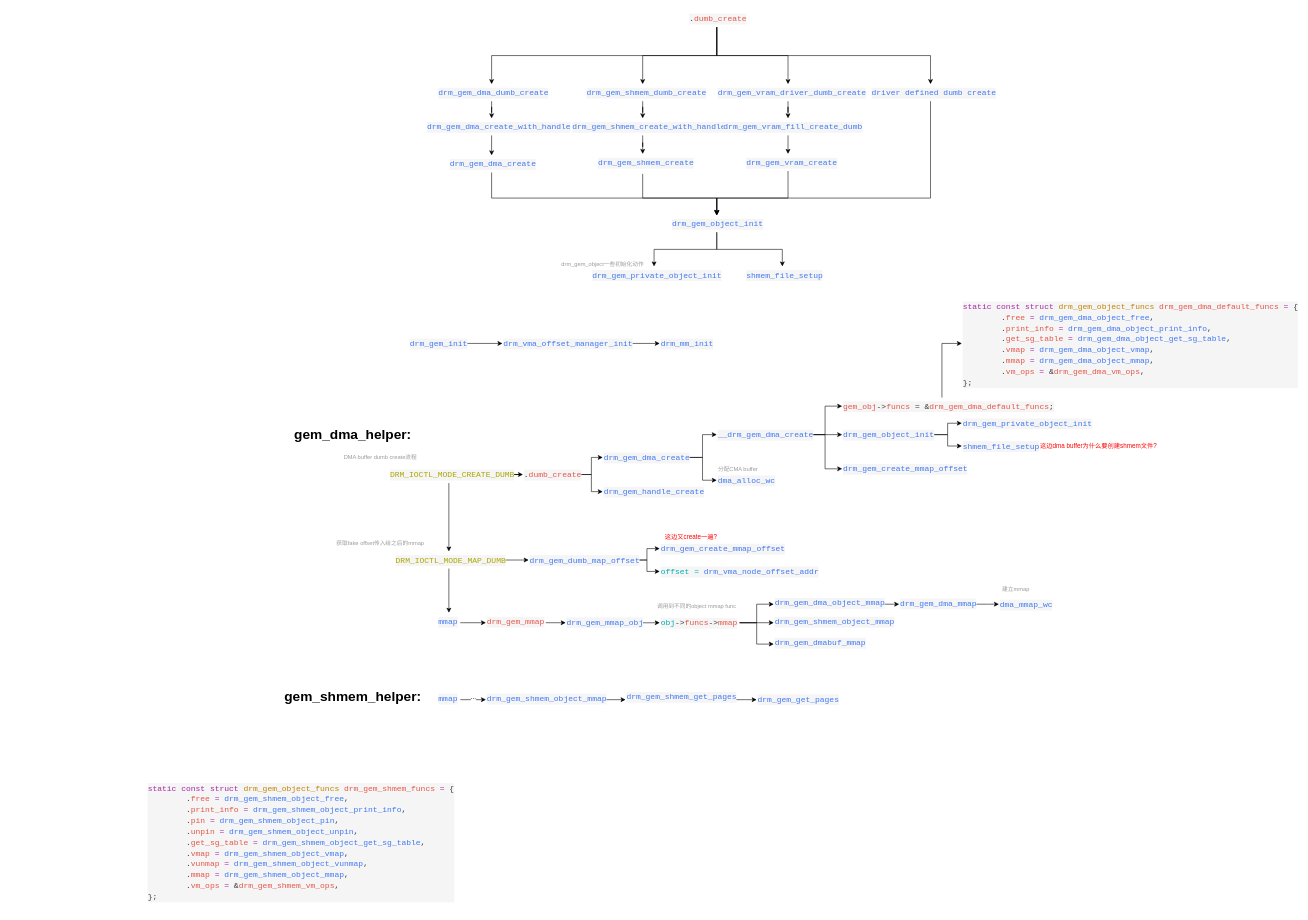
YC-Xiang/draw.io keeps this draw.io diagram as drm_mm.drawio. Above is the earlier version. Source tidied: cells renumbered, new cells numbered last; positions are measured from the earlier drawing's top-left corner, leaving out a move shared by most shapes. Both pictures are drawn from the tidied source at 57%, with x=0, y=0 at pixel (146, 10).
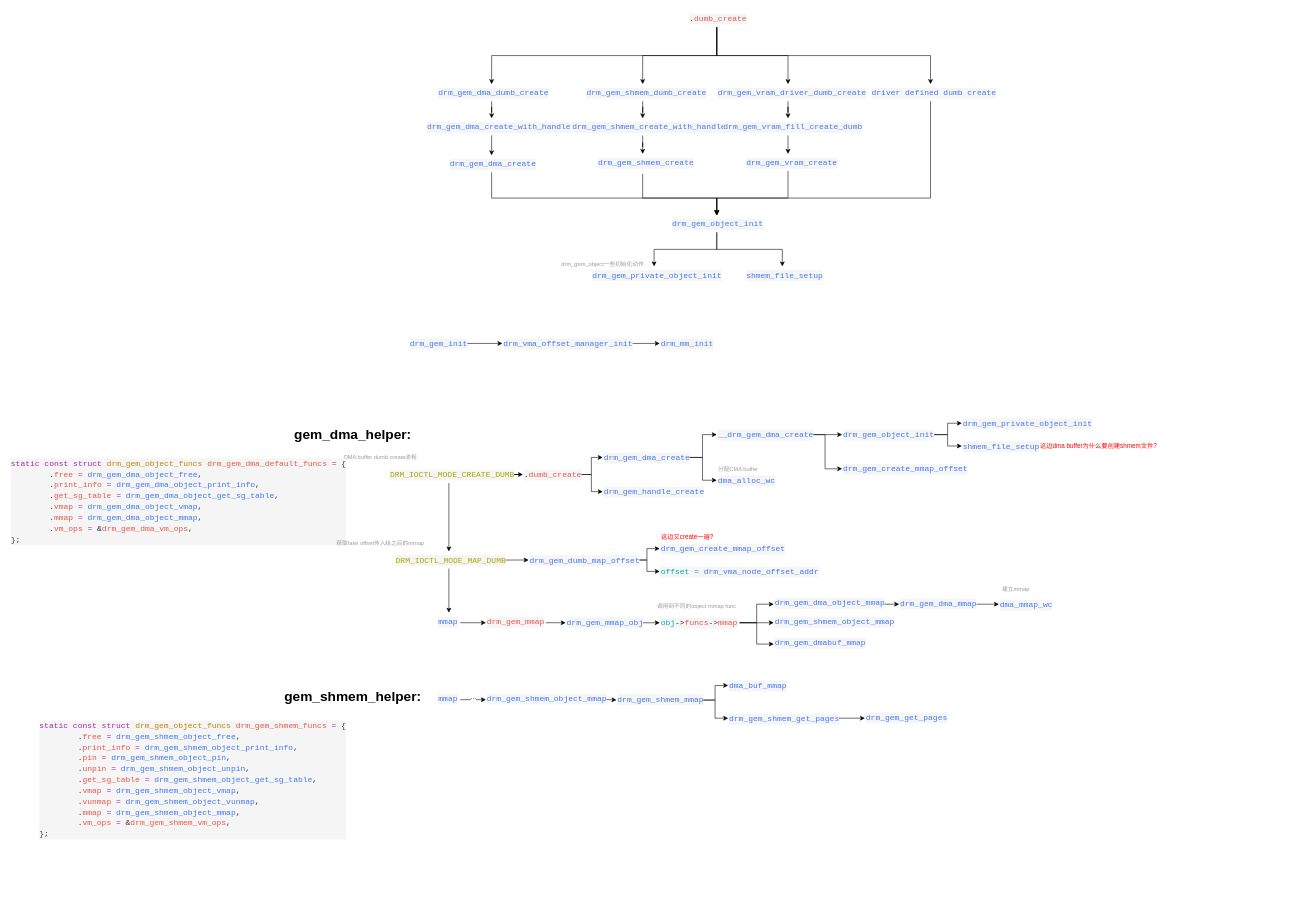
The same diagram, later.

Unchanged cells that the change refers to:
```xml
<mxCell id="39" value="&lt;div style=&quot;color: #383a42;background-color: #f5f5f5;font-family: Consolas, 'Courier New', monospace;font-weight: normal;font-size: 14px;line-height: 19px;white-space: pre;&quot;&gt;&lt;div&gt;&lt;span style=&quot;color: #4078f2;&quot;&gt;__drm_gem_dma_create&lt;/span&gt;&lt;/div&gt;&lt;/div&gt;" style="text;whiteSpace=wrap;html=1;" parent="1" vertex="1">
  <mxGeometry x="1000" y="730" width="160" height="30" as="geometry" />
</mxCell>
<mxCell id="98" value="&lt;div style=&quot;color: #383a42;background-color: #f5f5f5;font-family: Consolas, 'Courier New', monospace;font-weight: normal;font-size: 14px;line-height: 19px;white-space: pre;&quot;&gt;&lt;div&gt;&lt;span style=&quot;color: #4078f2;&quot;&gt;drm_gem_shmem_object_mmap&lt;/span&gt;&lt;/div&gt;&lt;/div&gt;" style="text;whiteSpace=wrap;html=1;" parent="1" vertex="1">
  <mxGeometry x="595" y="1192.5" width="200" height="35" as="geometry" />
</mxCell>
```

Change to the diagram source:
```diff
@@
-    <mxCell id="36" style="edgeStyle=orthogonalEdgeStyle;rounded=0;jettySize=auto;html=1;exitX=1;exitY=0.5;exitDx=0;exitDy=0;entryX=0;entryY=0.5;entryDx=0;entryDy=0;" parent="1" edge="1" source="39" target="44">
-      <mxGeometry relative="1" as="geometry" />
-    </mxCell>
@@
-    <mxCell id="43" style="edgeStyle=orthogonalEdgeStyle;rounded=0;jettySize=auto;html=1;exitX=0.5;exitY=0;exitDx=0;exitDy=0;entryX=0;entryY=0.5;entryDx=0;entryDy=0;" parent="1" edge="1" source="44" target="63">
-      <mxGeometry relative="1" as="geometry" />
-    </mxCell>
-    <mxCell id="44" value="&lt;div style=&quot;color: #383a42;background-color: #f5f5f5;font-family: Consolas, 'Courier New', monospace;font-weight: normal;font-size: 14px;line-height: 19px;white-space: pre;&quot;&gt;&lt;div&gt;&lt;span style=&quot;color: #e45649;&quot;&gt;gem_obj&lt;/span&gt;&lt;span style=&quot;color: #383a42;&quot;&gt;-&amp;gt;&lt;/span&gt;&lt;span style=&quot;color: #e45649;&quot;&gt;funcs&lt;/span&gt;&lt;span style=&quot;color: #383a42;&quot;&gt; &lt;/span&gt;&lt;span style=&quot;color: #383a42;&quot;&gt;=&lt;/span&gt;&lt;span style=&quot;color: #383a42;&quot;&gt; &lt;/span&gt;&lt;span style=&quot;color: #383a42;&quot;&gt;&amp;amp;&lt;/span&gt;&lt;span style=&quot;color: #e45649;&quot;&gt;drm_gem_dma_default_funcs&lt;/span&gt;&lt;span style=&quot;color: #383a42;&quot;&gt;;&lt;/span&gt;&lt;/div&gt;&lt;/div&gt;" style="text;whiteSpace=wrap;html=1;" parent="1" vertex="1">
-      <mxGeometry x="1220" y="680" width="350" height="30" as="geometry" />
-    </mxCell>
@@
     <mxCell id="63" value="&lt;div style=&quot;color: #383a42;background-color: #f5f5f5;font-family: Consolas, 'Courier New', monospace;font-weight: normal;font-size: 14px;line-height: 19px;white-space: pre;&quot;&gt;&lt;div&gt;&lt;span style=&quot;color: #a626a4;&quot;&gt;static&lt;/span&gt;&lt;span style=&quot;color: #383a42;&quot;&gt; &lt;/span&gt;&lt;span style=&quot;color: #a626a4;&quot;&gt;const&lt;/span&gt;&lt;span style=&quot;color: #383a42;&quot;&gt; &lt;/span&gt;&lt;span style=&quot;color: #a626a4;&quot;&gt;struct&lt;/span&gt;&lt;span style=&quot;color: #383a42;&quot;&gt; &lt;/span&gt;&lt;span style=&quot;color: #c18401;&quot;&gt;drm_gem_object_funcs&lt;/span&gt;&lt;span style=&quot;color: #383a42;&quot;&gt; &lt;/span&gt;&lt;span style=&quot;color: #e45649;&quot;&gt;drm_gem_dma_default_funcs&lt;/span&gt;&lt;span style=&quot;color: #383a42;&quot;&gt; &lt;/span&gt;&lt;span style=&quot;color: #a626a4;&quot;&gt;=&lt;/span&gt;&lt;span style=&quot;color: #383a42;&quot;&gt; {&lt;/span&gt;&lt;/div&gt;&lt;div&gt;&lt;span style=&quot;color: #383a42;&quot;&gt;&amp;nbsp; &amp;nbsp; &amp;nbsp; &amp;nbsp; .&lt;/span&gt;&lt;span style=&quot;color: #e45649;&quot;&gt;free&lt;/span&gt;&lt;span style=&quot;color: #383a42;&quot;&gt; &lt;/span&gt;&lt;span style=&quot;color: #a626a4;&quot;&gt;=&lt;/span&gt;&lt;span style=&quot;color: #383a42;&quot;&gt; &lt;/span&gt;&lt;span style=&quot;color: #4078f2;&quot;&gt;drm_gem_dma_object_free&lt;/span&gt;&lt;span style=&quot;color: #383a42;&quot;&gt;,&lt;/span&gt;&lt;/div&gt;&lt;div&gt;&lt;span style=&quot;color: #383a42;&quot;&gt;&amp;nbsp; &amp;nbsp; &amp;nbsp; &amp;nbsp; .&lt;/span&gt;&lt;span style=&quot;color: #e45649;&quot;&gt;print_info&lt;/span&gt;&lt;span style=&quot;color: #383a42;&quot;&gt; &lt;/span&gt;&lt;span style=&quot;color: #a626a4;&quot;&gt;=&lt;/span&gt;&lt;span style=&quot;color: #383a42;&quot;&gt; &lt;/span&gt;&lt;span style=&quot;color: #4078f2;&quot;&gt;drm_gem_dma_object_print_info&lt;/span&gt;&lt;span style=&quot;color: #383a42;&quot;&gt;,&lt;/span&gt;&lt;/div&gt;&lt;div&gt;&lt;span style=&quot;color: #383a42;&quot;&gt;&amp;nbsp; &amp;nbsp; &amp;nbsp; &amp;nbsp; .&lt;/span&gt;&lt;span style=&quot;color: #e45649;&quot;&gt;get_sg_table&lt;/span&gt;&lt;span style=&quot;color: #383a42;&quot;&gt; &lt;/span&gt;&lt;span style=&quot;color: #a626a4;&quot;&gt;=&lt;/span&gt;&lt;span style=&quot;color: #383a42;&quot;&gt; &lt;/span&gt;&lt;span style=&quot;color: #4078f2;&quot;&gt;drm_gem_dma_object_get_sg_table&lt;/span&gt;&lt;span style=&quot;color: #383a42;&quot;&gt;,&lt;/span&gt;&lt;/div&gt;&lt;div&gt;&lt;span style=&quot;color: #383a42;&quot;&gt;&amp;nbsp; &amp;nbsp; &amp;nbsp; &amp;nbsp; .&lt;/span&gt;&lt;span style=&quot;color: #e45649;&quot;&gt;vmap&lt;/span&gt;&lt;span style=&quot;color: #383a42;&quot;&gt; &lt;/span&gt;&lt;span style=&quot;color: #a626a4;&quot;&gt;=&lt;/span&gt;&lt;span style=&quot;color: #383a42;&quot;&gt; &lt;/span&gt;&lt;span style=&quot;color: #4078f2;&quot;&gt;drm_gem_dma_object_vmap&lt;/span&gt;&lt;span style=&quot;color: #383a42;&quot;&gt;,&lt;/span&gt;&lt;/div&gt;&lt;div&gt;&lt;span style=&quot;color: #383a42;&quot;&gt;&amp;nbsp; &amp;nbsp; &amp;nbsp; &amp;nbsp; .&lt;/span&gt;&lt;span style=&quot;color: #e45649;&quot;&gt;mmap&lt;/span&gt;&lt;span style=&quot;color: #383a42;&quot;&gt; &lt;/span&gt;&lt;span style=&quot;color: #a626a4;&quot;&gt;=&lt;/span&gt;&lt;span style=&quot;color: #383a42;&quot;&gt; &lt;/span&gt;&lt;span style=&quot;color: #4078f2;&quot;&gt;drm_gem_dma_object_mmap&lt;/span&gt;&lt;span style=&quot;color: #383a42;&quot;&gt;,&lt;/span&gt;&lt;/div&gt;&lt;div&gt;&lt;span style=&quot;color: #383a42;&quot;&gt;&amp;nbsp; &amp;nbsp; &amp;nbsp; &amp;nbsp; .&lt;/span&gt;&lt;span style=&quot;color: #e45649;&quot;&gt;vm_ops&lt;/span&gt;&lt;span style=&quot;color: #383a42;&quot;&gt; &lt;/span&gt;&lt;span style=&quot;color: #a626a4;&quot;&gt;=&lt;/span&gt;&lt;span style=&quot;color: #383a42;&quot;&gt; &lt;/span&gt;&lt;span style=&quot;color: #383a42;&quot;&gt;&amp;amp;&lt;/span&gt;&lt;span style=&quot;color: #e45649;&quot;&gt;drm_gem_dma_vm_ops&lt;/span&gt;&lt;span style=&quot;color: #383a42;&quot;&gt;,&lt;/span&gt;&lt;/div&gt;&lt;div&gt;&lt;span style=&quot;color: #383a42;&quot;&gt;};&lt;/span&gt;&lt;/div&gt;&lt;/div&gt;" style="text;whiteSpace=wrap;html=1;" parent="1" vertex="1">
-      <mxGeometry x="1430" y="505" width="550" height="160" as="geometry" />
+      <mxGeometry x="-240" y="780" width="550" height="160" as="geometry" />
     </mxCell>
@@
-    <mxCell id="70" value="&lt;font color=&quot;#ff0000&quot;&gt;&lt;span style=&quot;font-size: 11px;&quot;&gt;这边又create一遍?&lt;/span&gt;&lt;/font&gt;" style="text;html=1;align=center;verticalAlign=middle;whiteSpace=wrap;rounded=0;" parent="1" vertex="1">
-      <mxGeometry x="900" y="910" width="110" height="30" as="geometry" />
+    <mxCell id="70" value="&lt;font color=&quot;#ff0000&quot;&gt;&lt;span style=&quot;font-size: 11px;&quot;&gt;这边又create一遍?&amp;nbsp;&lt;/span&gt;&lt;/font&gt;" style="text;html=1;align=center;verticalAlign=middle;whiteSpace=wrap;rounded=0;" parent="1" vertex="1">
+      <mxGeometry x="900" y="910" width="100" height="30" as="geometry" />
     </mxCell>
@@
-    <mxCell id="97" style="edgeStyle=orthogonalEdgeStyle;rounded=0;jettySize=auto;html=1;" parent="1" edge="1" source="98" target="100">
-      <mxGeometry relative="1" as="geometry" />
-    </mxCell>
+    <mxCell id="106" style="edgeStyle=orthogonalEdgeStyle;rounded=0;jettySize=auto;html=1;" parent="1" edge="1" source="98" target="109">
+      <mxGeometry relative="1" as="geometry" />
+    </mxCell>
@@
     <mxCell id="100" value="&lt;div style=&quot;color: #383a42;background-color: #f5f5f5;font-family: Consolas, 'Courier New', monospace;font-weight: normal;font-size: 14px;line-height: 19px;white-space: pre;&quot;&gt;&lt;div&gt;&lt;span style=&quot;color: #4078f2;&quot;&gt;drm_gem_shmem_get_pages&lt;/span&gt;&lt;/div&gt;&lt;/div&gt;" style="text;whiteSpace=wrap;html=1;" parent="1" vertex="1">
-      <mxGeometry x="840" y="1190" width="190" height="40" as="geometry" />
+      <mxGeometry x="1020" y="1227.5" width="190" height="30" as="geometry" />
     </mxCell>
     <mxCell id="101" value="&lt;div style=&quot;color: #383a42;background-color: #f5f5f5;font-family: Consolas, 'Courier New', monospace;font-weight: normal;font-size: 14px;line-height: 19px;white-space: pre;&quot;&gt;&lt;div&gt;&lt;span style=&quot;color: #a626a4;&quot;&gt;static&lt;/span&gt;&lt;span style=&quot;color: #383a42;&quot;&gt; &lt;/span&gt;&lt;span style=&quot;color: #a626a4;&quot;&gt;const&lt;/span&gt;&lt;span style=&quot;color: #383a42;&quot;&gt; &lt;/span&gt;&lt;span style=&quot;color: #a626a4;&quot;&gt;struct&lt;/span&gt;&lt;span style=&quot;color: #383a42;&quot;&gt; &lt;/span&gt;&lt;span style=&quot;color: #c18401;&quot;&gt;drm_gem_object_funcs&lt;/span&gt;&lt;span style=&quot;color: #383a42;&quot;&gt; &lt;/span&gt;&lt;span style=&quot;color: #e45649;&quot;&gt;drm_gem_shmem_funcs&lt;/span&gt;&lt;span style=&quot;color: #383a42;&quot;&gt; &lt;/span&gt;&lt;span style=&quot;color: #a626a4;&quot;&gt;=&lt;/span&gt;&lt;span style=&quot;color: #383a42;&quot;&gt; {&lt;/span&gt;&lt;/div&gt;&lt;div&gt;&lt;span style=&quot;color: #383a42;&quot;&gt;&amp;nbsp; &amp;nbsp; &amp;nbsp; &amp;nbsp; .&lt;/span&gt;&lt;span style=&quot;color: #e45649;&quot;&gt;free&lt;/span&gt;&lt;span style=&quot;color: #383a42;&quot;&gt; &lt;/span&gt;&lt;span style=&quot;color: #a626a4;&quot;&gt;=&lt;/span&gt;&lt;span style=&quot;color: #383a42;&quot;&gt; &lt;/span&gt;&lt;span style=&quot;color: #4078f2;&quot;&gt;drm_gem_shmem_object_free&lt;/span&gt;&lt;span style=&quot;color: #383a42;&quot;&gt;,&lt;/span&gt;&lt;/div&gt;&lt;div&gt;&lt;span style=&quot;color: #383a42;&quot;&gt;&amp;nbsp; &amp;nbsp; &amp;nbsp; &amp;nbsp; .&lt;/span&gt;&lt;span style=&quot;color: #e45649;&quot;&gt;print_info&lt;/span&gt;&lt;span style=&quot;color: #383a42;&quot;&gt; &lt;/span&gt;&lt;span style=&quot;color: #a626a4;&quot;&gt;=&lt;/span&gt;&lt;span style=&quot;color: #383a42;&quot;&gt; &lt;/span&gt;&lt;span style=&quot;color: #4078f2;&quot;&gt;drm_gem_shmem_object_print_info&lt;/span&gt;&lt;span style=&quot;color: #383a42;&quot;&gt;,&lt;/span&gt;&lt;/div&gt;&lt;div&gt;&lt;span style=&quot;color: #383a42;&quot;&gt;&amp;nbsp; &amp;nbsp; &amp;nbsp; &amp;nbsp; .&lt;/span&gt;&lt;span style=&quot;color: #e45649;&quot;&gt;pin&lt;/span&gt;&lt;span style=&quot;color: #383a42;&quot;&gt; &lt;/span&gt;&lt;span style=&quot;color: #a626a4;&quot;&gt;=&lt;/span&gt;&lt;span style=&quot;color: #383a42;&quot;&gt; &lt;/span&gt;&lt;span style=&quot;color: #4078f2;&quot;&gt;drm_gem_shmem_object_pin&lt;/span&gt;&lt;span style=&quot;color: #383a42;&quot;&gt;,&lt;/span&gt;&lt;/div&gt;&lt;div&gt;&lt;span style=&quot;color: #383a42;&quot;&gt;&amp;nbsp; &amp;nbsp; &amp;nbsp; &amp;nbsp; .&lt;/span&gt;&lt;span style=&quot;color: #e45649;&quot;&gt;unpin&lt;/span&gt;&lt;span style=&quot;color: #383a42;&quot;&gt; &lt;/span&gt;&lt;span style=&quot;color: #a626a4;&quot;&gt;=&lt;/span&gt;&lt;span style=&quot;color: #383a42;&quot;&gt; &lt;/span&gt;&lt;span style=&quot;color: #4078f2;&quot;&gt;drm_gem_shmem_object_unpin&lt;/span&gt;&lt;span style=&quot;color: #383a42;&quot;&gt;,&lt;/span&gt;&lt;/div&gt;&lt;div&gt;&lt;span style=&quot;color: #383a42;&quot;&gt;&amp;nbsp; &amp;nbsp; &amp;nbsp; &amp;nbsp; .&lt;/span&gt;&lt;span style=&quot;color: #e45649;&quot;&gt;get_sg_table&lt;/span&gt;&lt;span style=&quot;color: #383a42;&quot;&gt; &lt;/span&gt;&lt;span style=&quot;color: #a626a4;&quot;&gt;=&lt;/span&gt;&lt;span style=&quot;color: #383a42;&quot;&gt; &lt;/span&gt;&lt;span style=&quot;color: #4078f2;&quot;&gt;drm_gem_shmem_object_get_sg_table&lt;/span&gt;&lt;span style=&quot;color: #383a42;&quot;&gt;,&lt;/span&gt;&lt;/div&gt;&lt;div&gt;&lt;span style=&quot;color: #383a42;&quot;&gt;&amp;nbsp; &amp;nbsp; &amp;nbsp; &amp;nbsp; .&lt;/span&gt;&lt;span style=&quot;color: #e45649;&quot;&gt;vmap&lt;/span&gt;&lt;span style=&quot;color: #383a42;&quot;&gt; &lt;/span&gt;&lt;span style=&quot;color: #a626a4;&quot;&gt;=&lt;/span&gt;&lt;span style=&quot;color: #383a42;&quot;&gt; &lt;/span&gt;&lt;span style=&quot;color: #4078f2;&quot;&gt;drm_gem_shmem_object_vmap&lt;/span&gt;&lt;span style=&quot;color: #383a42;&quot;&gt;,&lt;/span&gt;&lt;/div&gt;&lt;div&gt;&lt;span style=&quot;color: #383a42;&quot;&gt;&amp;nbsp; &amp;nbsp; &amp;nbsp; &amp;nbsp; .&lt;/span&gt;&lt;span style=&quot;color: #e45649;&quot;&gt;vunmap&lt;/span&gt;&lt;span style=&quot;color: #383a42;&quot;&gt; &lt;/span&gt;&lt;span style=&quot;color: #a626a4;&quot;&gt;=&lt;/span&gt;&lt;span style=&quot;color: #383a42;&quot;&gt; &lt;/span&gt;&lt;span style=&quot;color: #4078f2;&quot;&gt;drm_gem_shmem_object_vunmap&lt;/span&gt;&lt;span style=&quot;color: #383a42;&quot;&gt;,&lt;/span&gt;&lt;/div&gt;&lt;div&gt;&lt;span style=&quot;color: #383a42;&quot;&gt;&amp;nbsp; &amp;nbsp; &amp;nbsp; &amp;nbsp; .&lt;/span&gt;&lt;span style=&quot;color: #e45649;&quot;&gt;mmap&lt;/span&gt;&lt;span style=&quot;color: #383a42;&quot;&gt; &lt;/span&gt;&lt;span style=&quot;color: #a626a4;&quot;&gt;=&lt;/span&gt;&lt;span style=&quot;color: #383a42;&quot;&gt; &lt;/span&gt;&lt;span style=&quot;color: #4078f2;&quot;&gt;drm_gem_shmem_object_mmap&lt;/span&gt;&lt;span style=&quot;color: #383a42;&quot;&gt;,&lt;/span&gt;&lt;/div&gt;&lt;div&gt;&lt;span style=&quot;color: #383a42;&quot;&gt;&amp;nbsp; &amp;nbsp; &amp;nbsp; &amp;nbsp; .&lt;/span&gt;&lt;span style=&quot;color: #e45649;&quot;&gt;vm_ops&lt;/span&gt;&lt;span style=&quot;color: #383a42;&quot;&gt; &lt;/span&gt;&lt;span style=&quot;color: #a626a4;&quot;&gt;=&lt;/span&gt;&lt;span style=&quot;color: #383a42;&quot;&gt; &lt;/span&gt;&lt;span style=&quot;color: #383a42;&quot;&gt;&amp;amp;&lt;/span&gt;&lt;span style=&quot;color: #e45649;&quot;&gt;drm_gem_shmem_vm_ops&lt;/span&gt;&lt;span style=&quot;color: #383a42;&quot;&gt;,&lt;/span&gt;&lt;/div&gt;&lt;div&gt;&lt;span style=&quot;color: #383a42;&quot;&gt;};&lt;/span&gt;&lt;/div&gt;&lt;/div&gt;" style="text;whiteSpace=wrap;html=1;" parent="1" vertex="1">
-      <mxGeometry y="1350" width="530" height="230" as="geometry" />
+      <mxGeometry x="-190" y="1240" width="500" height="230" as="geometry" />
     </mxCell>
@@
     <mxCell id="105" value="&lt;div style=&quot;color: #383a42;background-color: #f5f5f5;font-family: Consolas, 'Courier New', monospace;font-weight: normal;font-size: 14px;line-height: 19px;white-space: pre;&quot;&gt;&lt;div&gt;&lt;span style=&quot;color: #4078f2;&quot;&gt;drm_gem_get_pages&lt;/span&gt;&lt;/div&gt;&lt;/div&gt;" style="text;whiteSpace=wrap;html=1;" parent="1" vertex="1">
-      <mxGeometry x="1070" y="1193.8" width="140" height="32.5" as="geometry" />
+      <mxGeometry x="1260" y="1226.2" width="140" height="32.5" as="geometry" />
     </mxCell>
+    <mxCell id="107" style="edgeStyle=orthogonalEdgeStyle;rounded=0;jettySize=auto;html=1;exitX=1;exitY=0.5;exitDx=0;exitDy=0;entryX=0;entryY=0.5;entryDx=0;entryDy=0;" parent="1" edge="1" source="109" target="110">
+      <mxGeometry relative="1" as="geometry" />
+    </mxCell>
+    <mxCell id="108" style="edgeStyle=orthogonalEdgeStyle;rounded=0;jettySize=auto;html=1;exitX=1;exitY=0.5;exitDx=0;exitDy=0;entryX=0;entryY=0.5;entryDx=0;entryDy=0;" parent="1" edge="1" source="109" target="100">
+      <mxGeometry relative="1" as="geometry" />
+    </mxCell>
+    <mxCell id="109" value="&lt;div style=&quot;color: #383a42;background-color: #f5f5f5;font-family: Consolas, 'Courier New', monospace;font-weight: normal;font-size: 14px;line-height: 19px;white-space: pre;&quot;&gt;&lt;div&gt;&lt;span style=&quot;color: #4078f2;&quot;&gt;drm_gem_shmem_mmap&lt;/span&gt;&lt;/div&gt;&lt;/div&gt;" style="text;whiteSpace=wrap;html=1;" parent="1" vertex="1">
+      <mxGeometry x="824" y="1193.8" width="150" height="33.8" as="geometry" />
+    </mxCell>
+    <mxCell id="110" value="&lt;div style=&quot;color: #383a42;background-color: #f5f5f5;font-family: Consolas, 'Courier New', monospace;font-weight: normal;font-size: 14px;line-height: 19px;white-space: pre;&quot;&gt;&lt;div&gt;&lt;span style=&quot;color: #4078f2;&quot;&gt;dma_buf_mmap&lt;/span&gt;&lt;/div&gt;&lt;/div&gt;" style="text;whiteSpace=wrap;html=1;" parent="1" vertex="1">
+      <mxGeometry x="1020" y="1170" width="100" height="30" as="geometry" />
+    </mxCell>
```
